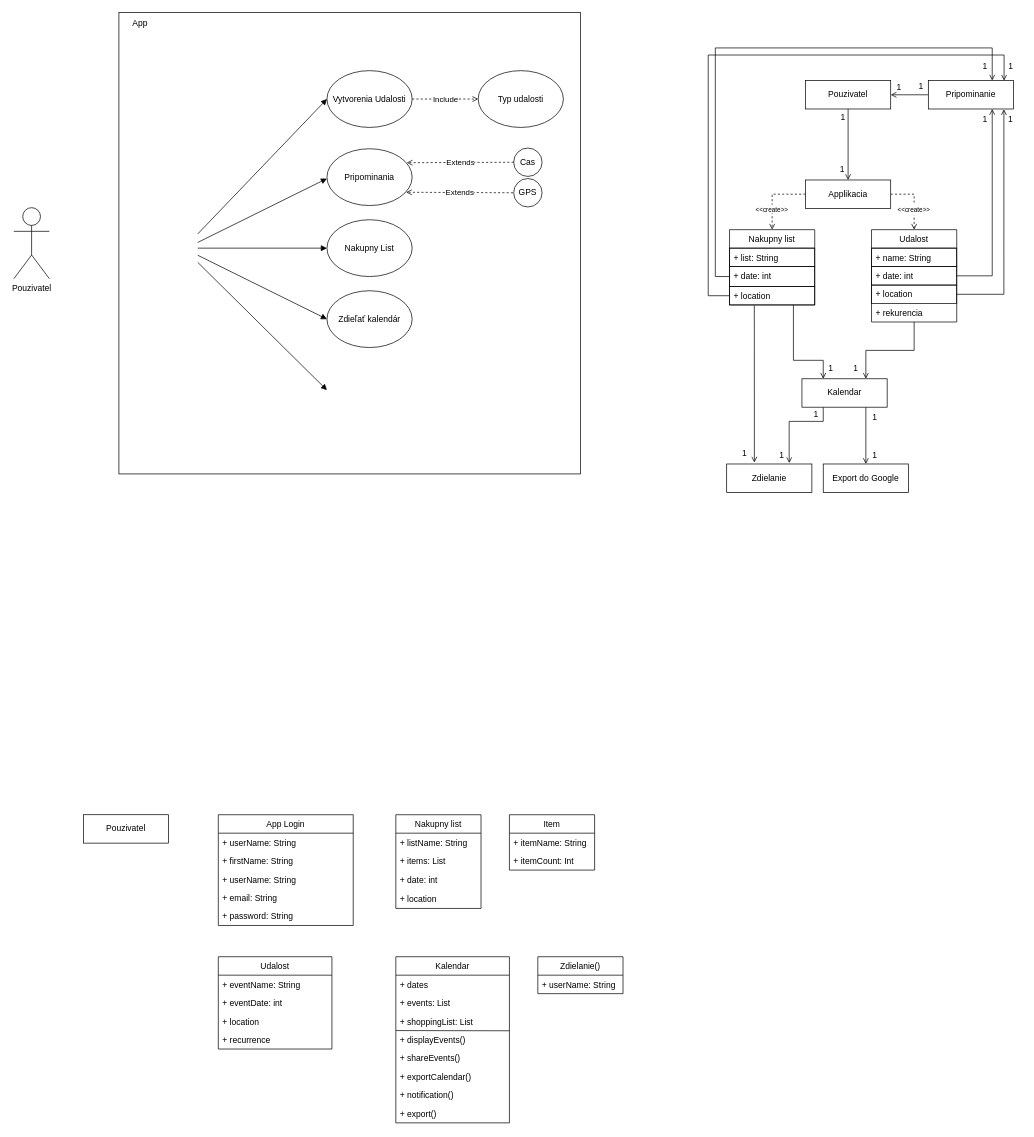
Earlier version of the draw.io diagram SWI_1.drawio (X-Marosi/SWI_1). Source tidied: cells renumbered, new cells numbered last; positions are measured from the earlier drawing's top-left corner, leaving out a move shared by most shapes. Both pictures are drawn from the tidied source at 71%, with x=0, y=0 at pixel (13, 12).
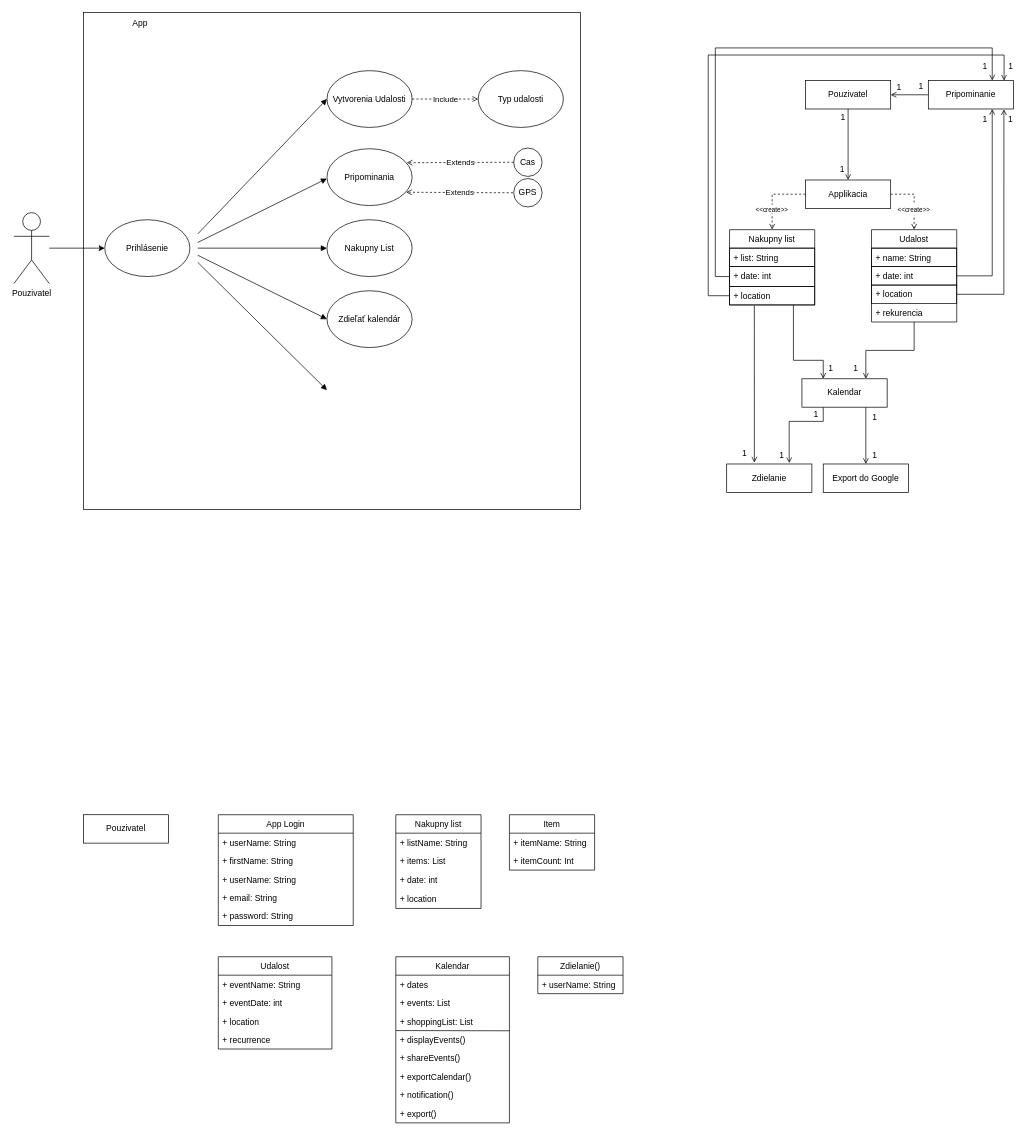
The same diagram, later.

The edit, as a diff of the source:
```diff
@@
     <mxCell id="2" style="whiteSpace=wrap;html=1;fillColor=none;" parent="1" vertex="1">
-      <mxGeometry x="148" width="650" height="650" as="geometry" />
+      <mxGeometry x="98" width="700" height="700" as="geometry" />
     </mxCell>
     <mxCell id="3" value="Pouzivatel" style="shape=umlActor;verticalLabelPosition=bottom;verticalAlign=top;html=1;outlineConnect=0;" parent="1" vertex="1">
-      <mxGeometry y="275" width="50" height="100" as="geometry" />
+      <mxGeometry y="282" width="50" height="100" as="geometry" />
     </mxCell>
@@
+    <mxCell id="97" value="Prihlásenie" style="ellipse;whiteSpace=wrap;html=1;" parent="1" vertex="1">
+      <mxGeometry x="128" y="292" width="120" height="80" as="geometry" />
+    </mxCell>
+    <mxCell id="98" style="endArrow=classic;html=1;rounded=0;entryX=0;entryY=0.5;entryDx=0;entryDy=0;" parent="1" edge="1" source="3" target="97">
+      <mxGeometry relative="1" as="geometry" />
+    </mxCell>
```
